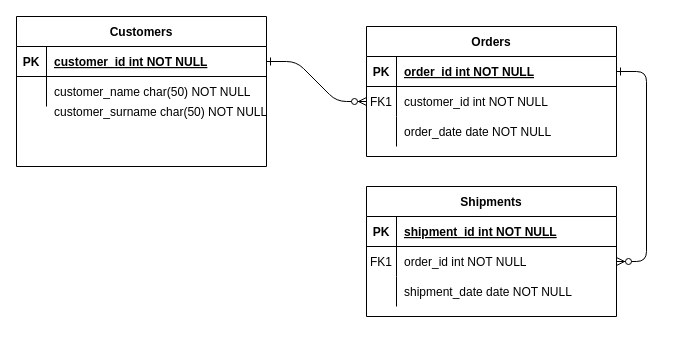
Earlier version of the draw.io diagram dbI_BGVJI0.drawio (werstatyw/db1_BGVJI0). Source tidied: cells renumbered, new cells numbered last; positions are measured from the earlier drawing's top-left corner, leaving out a move shared by most shapes. Both pictures are drawn from the tidied source at 100%, with x=0, y=0 at pixel (16, 16).
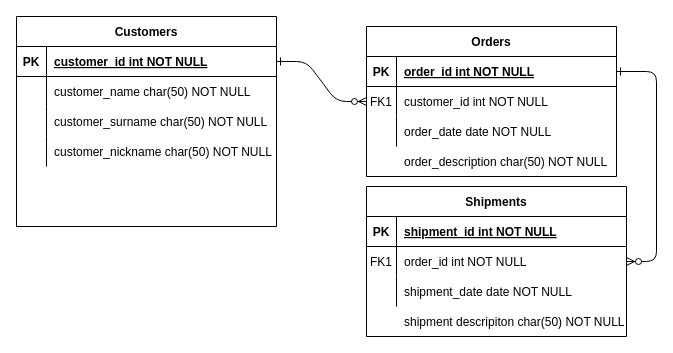
Above is the later version.

What changed in the source:
```diff
@@
     <mxCell id="4" value="Orders" style="shape=table;startSize=30;childLayout=tableLayout;rowLines=0;fontStyle=1;align=center;" parent="1" vertex="1">
-      <mxGeometry x="350" y="10" width="250" height="130" as="geometry" />
+      <mxGeometry x="350" y="10" width="250" height="150" as="geometry" />
     </mxCell>
@@
     <mxCell id="14" value="Shipments" style="shape=table;startSize=30;childLayout=tableLayout;rowLines=0;fontStyle=1;align=center;" parent="1" vertex="1">
-      <mxGeometry x="350" y="170" width="250" height="130" as="geometry" />
+      <mxGeometry x="350" y="170" width="260" height="150" as="geometry" />
     </mxCell>
     <mxCell id="15" style="shape=partialRectangle;fillColor=none;top=0;left=0;right=0;bottom=1;" parent="14" vertex="1">
-      <mxGeometry y="30" width="250" height="30" as="geometry" />
+      <mxGeometry y="30" width="260" height="30" as="geometry" />
     </mxCell>
@@
     <mxCell id="17" value="shipment_id int NOT NULL " style="shape=partialRectangle;overflow=hidden;fillColor=none;top=0;left=0;bottom=0;right=0;align=left;spacingLeft=6;fontStyle=5;" parent="15" vertex="1">
-      <mxGeometry x="30" width="220" height="30" as="geometry" />
+      <mxGeometry x="30" width="230" height="30" as="geometry" />
     </mxCell>
     <mxCell id="18" style="shape=partialRectangle;fillColor=none;points=[[0,0.5],[1,0.5]];portConstraint=eastwest;top=0;left=0;right=0;bottom=0;" parent="14" vertex="1">
-      <mxGeometry y="60" width="250" height="30" as="geometry" />
+      <mxGeometry y="60" width="260" height="30" as="geometry" />
     </mxCell>
@@
     <mxCell id="20" value="order_id int NOT NULL" style="shape=partialRectangle;overflow=hidden;fillColor=none;top=0;left=0;bottom=0;right=0;align=left;spacingLeft=6;" parent="18" vertex="1">
-      <mxGeometry x="30" width="220" height="30" as="geometry" />
+      <mxGeometry x="30" width="230" height="30" as="geometry" />
     </mxCell>
     <mxCell id="21" style="shape=partialRectangle;fillColor=none;top=0;left=0;right=0;bottom=0;" parent="14" vertex="1">
-      <mxGeometry y="90" width="250" height="30" as="geometry" />
+      <mxGeometry y="90" width="260" height="30" as="geometry" />
     </mxCell>
@@
     <mxCell id="23" value="shipment_date date NOT NULL" style="shape=partialRectangle;overflow=hidden;fillColor=none;top=0;left=0;bottom=0;right=0;align=left;spacingLeft=6;" parent="21" vertex="1">
-      <mxGeometry x="30" width="220" height="30" as="geometry" />
+      <mxGeometry x="30" width="230" height="30" as="geometry" />
     </mxCell>
     <mxCell id="24" value="Customers" style="shape=table;startSize=30;childLayout=tableLayout;rowLines=0;fontStyle=1;align=center;" parent="1" vertex="1">
-      <mxGeometry width="250" height="150" as="geometry" />
+      <mxGeometry width="260" height="210" as="geometry" />
     </mxCell>
     <mxCell id="25" style="shape=partialRectangle;fillColor=none;points=[[0,0.5],[1,0.5]];portConstraint=eastwest;top=0;left=0;right=0;bottom=1;" parent="24" vertex="1">
-      <mxGeometry y="30" width="250" height="30" as="geometry" />
+      <mxGeometry y="30" width="260" height="30" as="geometry" />
     </mxCell>
@@
     <mxCell id="27" value="customer_id int NOT NULL " style="shape=partialRectangle;overflow=hidden;fillColor=none;top=0;left=0;bottom=0;right=0;align=left;spacingLeft=6;fontStyle=5;" parent="25" vertex="1">
-      <mxGeometry x="30" width="220" height="30" as="geometry" />
+      <mxGeometry x="30" width="230" height="30" as="geometry" />
     </mxCell>
     <mxCell id="28" style="shape=partialRectangle;fillColor=none;top=0;left=0;right=0;bottom=0;" parent="24" vertex="1">
-      <mxGeometry y="60" width="250" height="30" as="geometry" />
+      <mxGeometry y="60" width="260" height="30" as="geometry" />
     </mxCell>
@@
     <mxCell id="30" value="customer_name char(50) NOT NULL" style="shape=partialRectangle;overflow=hidden;fillColor=none;top=0;left=0;bottom=0;right=0;align=left;spacingLeft=6;" parent="28" vertex="1">
-      <mxGeometry x="30" width="220" height="30" as="geometry" />
+      <mxGeometry x="30" width="230" height="30" as="geometry" />
     </mxCell>
+    <mxCell id="32" style="shape=partialRectangle;fillColor=none;top=0;left=0;bottom=0;right=0;" parent="24" vertex="1">
+      <mxGeometry y="90" width="260" height="30" as="geometry" />
+    </mxCell>
+    <mxCell id="33" style="shape=partialRectangle;fillColor=none;top=0;left=0;bottom=0;right=0;overflow=hidden;" parent="32" vertex="1">
+      <mxGeometry width="30" height="30" as="geometry" />
+    </mxCell>
-    <mxCell id="31" value="customer_surname char(50) NOT NULL" style="shape=partialRectangle;overflow=hidden;fillColor=none;top=0;left=0;bottom=0;right=0;align=left;spacingLeft=6;" parent="1" vertex="1">
-      <mxGeometry x="30" y="80" width="220" height="30" as="geometry" />
+    <mxCell id="31" value="customer_surname char(50) NOT NULL" style="shape=partialRectangle;fillColor=none;top=0;left=0;bottom=0;right=0;align=left;spacingLeft=6;overflow=hidden;" parent="32" vertex="1">
+      <mxGeometry x="30" width="230" height="30" as="geometry" />
     </mxCell>
+    <mxCell id="34" style="shape=partialRectangle;fillColor=none;top=0;left=0;bottom=0;right=0;" parent="24" vertex="1">
+      <mxGeometry y="120" width="260" height="30" as="geometry" />
+    </mxCell>
+    <mxCell id="35" style="shape=partialRectangle;fillColor=none;top=0;left=0;bottom=0;right=0;overflow=hidden;" parent="34" vertex="1">
+      <mxGeometry width="30" height="30" as="geometry" />
+    </mxCell>
+    <mxCell id="36" value="customer_nickname char(50) NOT NULL" style="shape=partialRectangle;fillColor=none;top=0;left=0;bottom=0;right=0;align=left;spacingLeft=6;overflow=hidden;" parent="34" vertex="1">
+      <mxGeometry x="30" width="230" height="30" as="geometry" />
+    </mxCell>
+    <mxCell id="37" value="shipment descripiton char(50) NOT NULL" style="shape=partialRectangle;fillColor=none;top=0;left=0;bottom=0;right=0;align=left;spacingLeft=6;overflow=hidden;" parent="1" vertex="1">
+      <mxGeometry x="380" y="290" width="230" height="30" as="geometry" />
+    </mxCell>
+    <mxCell id="38" value="order_description char(50) NOT NULL" style="shape=partialRectangle;fillColor=none;top=0;left=0;bottom=0;right=0;align=left;spacingLeft=6;overflow=hidden;" parent="1" vertex="1">
+      <mxGeometry x="380" y="130" width="230" height="30" as="geometry" />
+    </mxCell>
```
